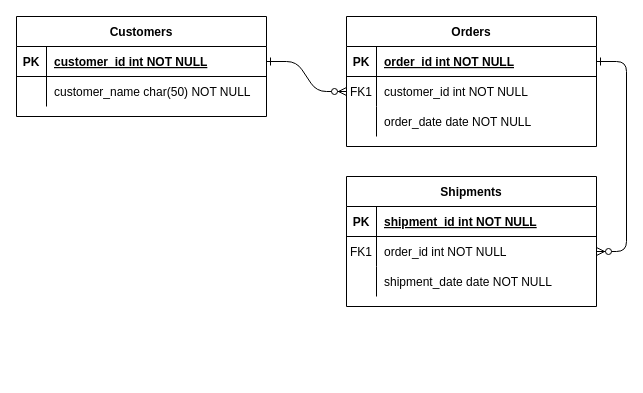
Earlier version of the draw.io diagram 사원게시판 연습.drawio (jghee717/ERD-PRAC). Source tidied: cells renumbered, new cells numbered last; positions are measured from the earlier drawing's top-left corner, leaving out a move shared by most shapes. Both pictures are drawn from the tidied source at 100%, with x=0, y=0 at pixel (16, 16).
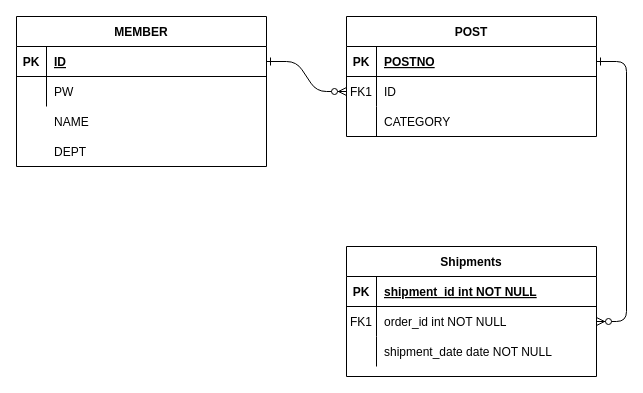
Above is the later version.

Commit message:
사원게시판 연습.drawio 업데이트

The change refers to these unchanged cells:
```xml
<mxCell id="5" style="shape=partialRectangle;fillColor=none;points=[[0,0.5],[1,0.5]];portConstraint=eastwest;top=0;left=0;right=0;bottom=1;" parent="4" vertex="1">
  <mxGeometry y="30" width="250" height="30" as="geometry" />
</mxCell>
<mxCell id="8" style="shape=partialRectangle;fillColor=none;points=[[0,0.5],[1,0.5]];portConstraint=eastwest;top=0;left=0;right=0;bottom=0;" parent="4" vertex="1">
  <mxGeometry y="60" width="250" height="30" as="geometry" />
</mxCell>
<mxCell id="11" style="shape=partialRectangle;fillColor=none;top=0;left=0;right=0;bottom=0;" parent="4" vertex="1">
  <mxGeometry y="90" width="250" height="30" as="geometry" />
</mxCell>
<mxCell id="25" style="shape=partialRectangle;fillColor=none;points=[[0,0.5],[1,0.5]];portConstraint=eastwest;top=0;left=0;right=0;bottom=1;" parent="24" vertex="1">
  <mxGeometry y="30" width="250" height="30" as="geometry" />
</mxCell>
<mxCell id="28" style="shape=partialRectangle;fillColor=none;top=0;left=0;right=0;bottom=0;" parent="24" vertex="1">
  <mxGeometry y="60" width="250" height="30" as="geometry" />
</mxCell>
```

Change to the diagram source:
```diff
@@
-    <mxCell id="4" value="Orders" style="shape=table;startSize=30;childLayout=tableLayout;rowLines=0;fontStyle=1;align=center;" parent="1" vertex="1">
-      <mxGeometry x="330" width="250" height="130" as="geometry" />
+    <mxCell id="4" value="POST" style="shape=table;startSize=30;childLayout=tableLayout;rowLines=0;fontStyle=1;align=center;" parent="1" vertex="1">
+      <mxGeometry x="330" width="250" height="120" as="geometry" />
     </mxCell>
@@
-    <mxCell id="7" value="order_id int NOT NULL " style="shape=partialRectangle;overflow=hidden;fillColor=none;top=0;left=0;bottom=0;right=0;align=left;spacingLeft=6;fontStyle=5;" parent="5" vertex="1">
+    <mxCell id="7" value="POSTNO" style="shape=partialRectangle;overflow=hidden;fillColor=none;top=0;left=0;bottom=0;right=0;align=left;spacingLeft=6;fontStyle=5;" parent="5" vertex="1">
       <mxGeometry x="30" width="220" height="30" as="geometry" />
     </mxCell>
@@
-    <mxCell id="10" value="customer_id int NOT NULL" style="shape=partialRectangle;overflow=hidden;fillColor=none;top=0;left=0;bottom=0;right=0;align=left;spacingLeft=6;" parent="8" vertex="1">
+    <mxCell id="10" value="ID" style="shape=partialRectangle;overflow=hidden;fillColor=none;top=0;left=0;bottom=0;right=0;align=left;spacingLeft=6;" parent="8" vertex="1">
       <mxGeometry x="30" width="220" height="30" as="geometry" />
     </mxCell>
@@
-    <mxCell id="13" value="order_date date NOT NULL" style="shape=partialRectangle;overflow=hidden;fillColor=none;top=0;left=0;bottom=0;right=0;align=left;spacingLeft=6;" parent="11" vertex="1">
+    <mxCell id="13" value="CATEGORY" style="shape=partialRectangle;overflow=hidden;fillColor=none;top=0;left=0;bottom=0;right=0;align=left;spacingLeft=6;" parent="11" vertex="1">
       <mxGeometry x="30" width="220" height="30" as="geometry" />
     </mxCell>
     <mxCell id="14" value="Shipments" style="shape=table;startSize=30;childLayout=tableLayout;rowLines=0;fontStyle=1;align=center;" parent="1" vertex="1">
-      <mxGeometry x="330" y="160" width="250" height="130" as="geometry" />
+      <mxGeometry x="330" y="230" width="250" height="130" as="geometry" />
     </mxCell>
@@
-    <mxCell id="24" value="Customers" style="shape=table;startSize=30;childLayout=tableLayout;rowLines=0;fontStyle=1;align=center;" parent="1" vertex="1">
-      <mxGeometry width="250" height="100" as="geometry" />
+    <mxCell id="24" value="MEMBER" style="shape=table;startSize=30;childLayout=tableLayout;rowLines=0;fontStyle=1;align=center;" parent="1" vertex="1">
+      <mxGeometry width="250" height="150" as="geometry" />
     </mxCell>
@@
-    <mxCell id="27" value="customer_id int NOT NULL " style="shape=partialRectangle;overflow=hidden;fillColor=none;top=0;left=0;bottom=0;right=0;align=left;spacingLeft=6;fontStyle=5;" parent="25" vertex="1">
+    <mxCell id="27" value="ID" style="shape=partialRectangle;overflow=hidden;fillColor=none;top=0;left=0;bottom=0;right=0;align=left;spacingLeft=6;fontStyle=5;" parent="25" vertex="1">
       <mxGeometry x="30" width="220" height="30" as="geometry" />
     </mxCell>
@@
-    <mxCell id="30" value="customer_name char(50) NOT NULL" style="shape=partialRectangle;overflow=hidden;fillColor=none;top=0;left=0;bottom=0;right=0;align=left;spacingLeft=6;" parent="28" vertex="1">
+    <mxCell id="30" value="PW" style="shape=partialRectangle;overflow=hidden;fillColor=none;top=0;left=0;bottom=0;right=0;align=left;spacingLeft=6;" parent="28" vertex="1">
       <mxGeometry x="30" width="220" height="30" as="geometry" />
     </mxCell>
+    <mxCell id="31" style="shape=partialRectangle;fillColor=none;top=0;left=0;right=0;bottom=0;" parent="1" vertex="1">
+      <mxGeometry y="90" width="250" height="30" as="geometry" />
+    </mxCell>
+    <mxCell id="32" style="shape=partialRectangle;overflow=hidden;fillColor=none;top=0;left=0;bottom=0;right=0;" parent="31" vertex="1">
+      <mxGeometry width="30" height="30" as="geometry" />
+    </mxCell>
+    <mxCell id="33" value="NAME" style="shape=partialRectangle;overflow=hidden;fillColor=none;top=0;left=0;bottom=0;right=0;align=left;spacingLeft=6;" parent="31" vertex="1">
+      <mxGeometry x="30" width="220" height="30" as="geometry" />
+    </mxCell>
+    <mxCell id="34" style="shape=partialRectangle;fillColor=none;top=0;left=0;right=0;bottom=0;" parent="1" vertex="1">
+      <mxGeometry y="120" width="250" height="30" as="geometry" />
+    </mxCell>
+    <mxCell id="35" style="shape=partialRectangle;overflow=hidden;fillColor=none;top=0;left=0;bottom=0;right=0;" parent="34" vertex="1">
+      <mxGeometry width="30" height="30" as="geometry" />
+    </mxCell>
+    <mxCell id="36" value="DEPT" style="shape=partialRectangle;overflow=hidden;fillColor=none;top=0;left=0;bottom=0;right=0;align=left;spacingLeft=6;" parent="34" vertex="1">
+      <mxGeometry x="30" width="220" height="30" as="geometry" />
+    </mxCell>
```
